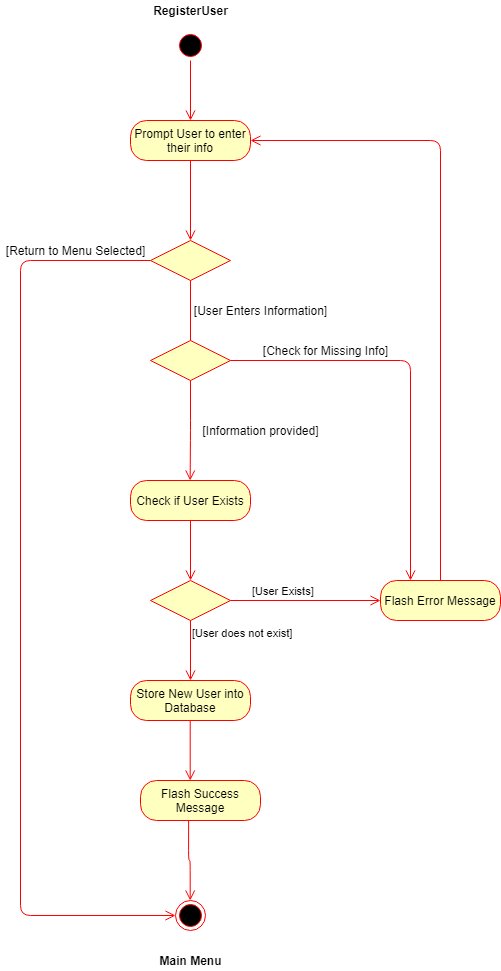
This is ActivityDiagrams/RegisterUserActivityDiagram.png from mklasby/ENSF_619_PROJECT, a draw.io export, as it was before one commit. Source tidied: cells renumbered, new cells last; positions are measured from the earlier drawing's top-left corner, leaving out a move shared by most shapes.
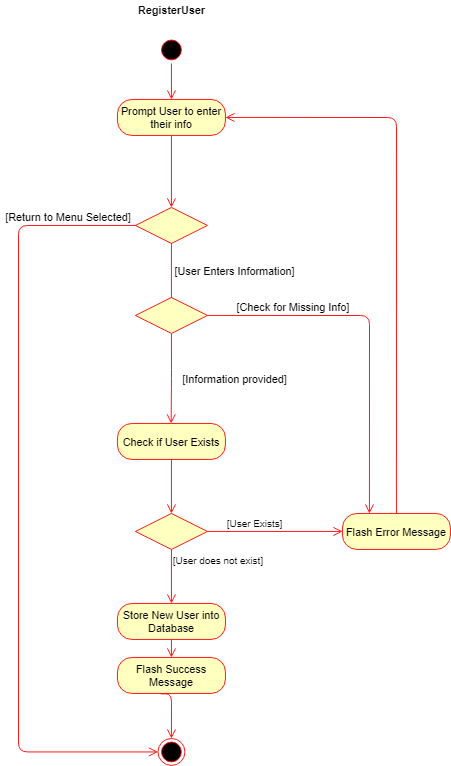
Above is the later version.

Commit message:
Readjusted Register User Activity Diagram to be smaller

The edit, as a diff of the source:
```diff
@@ -3,7 +3,7 @@
     <mxCell id="0" />
     <mxCell id="1" parent="0" />
     <mxCell id="2" style="ellipse;html=1;shape=startState;fillColor=#000000;strokeColor=#ff0000;" parent="1" vertex="1">
-      <mxGeometry x="175" y="30" width="30" height="30" as="geometry" />
+      <mxGeometry x="175" y="50" width="30" height="30" as="geometry" />
     </mxCell>
     <mxCell id="3" style="edgeStyle=orthogonalEdgeStyle;html=1;verticalAlign=bottom;endArrow=open;endSize=8;strokeColor=#ff0000;" parent="1" edge="1" source="2">
       <mxGeometry relative="1" as="geometry">
@@ -34,7 +34,7 @@
       </mxGeometry>
     </mxCell>
     <mxCell id="9" value="&lt;b&gt;RegisterUser&lt;/b&gt;" style="text;html=1;align=center;verticalAlign=middle;" parent="1" vertex="1">
-      <mxGeometry x="145" width="90" height="20" as="geometry" />
+      <mxGeometry x="145" y="10" width="90" height="20" as="geometry" />
     </mxCell>
     <mxCell id="10" style="rhombus;whiteSpace=wrap;html=1;fillColor=#ffffc0;strokeColor=#ff0000;" parent="1" vertex="1">
       <mxGeometry x="150" y="580" width="80" height="40" as="geometry" />
@@ -50,9 +50,6 @@
     <mxCell id="13" value="Store New User into Database" style="rounded=1;whiteSpace=wrap;html=1;arcSize=40;fontColor=#000000;fillColor=#ffffc0;strokeColor=#ff0000;" parent="1" vertex="1">
       <mxGeometry x="130" y="680" width="120" height="40" as="geometry" />
     </mxCell>
-    <mxCell id="14" style="ellipse;html=1;shape=endState;fillColor=#000000;strokeColor=#ff0000;" parent="1" vertex="1">
-      <mxGeometry x="175" y="900" width="30" height="30" as="geometry" />
-    </mxCell>
     <mxCell id="15" style="edgeStyle=orthogonalEdgeStyle;jettySize=auto;html=1;entryX=1;entryY=0.5;entryDx=0;entryDy=0;endArrow=open;endSize=8;strokeColor=#ff0000;align=left;exitX=0.5;exitY=0;exitDx=0;exitDy=0;" parent="1" edge="1" source="16" target="4">
       <mxGeometry relative="1" as="geometry">
         <Array as="points">
@@ -70,7 +67,7 @@
       <mxGeometry relative="1" as="geometry">
         <Array as="points">
           <mxPoint x="20" y="260" />
-          <mxPoint x="20" y="915" />
+          <mxPoint x="20" y="845" />
         </Array>
       </mxGeometry>
     </mxCell>
@@ -97,22 +94,21 @@
     <mxCell id="25" value="[Information provided]" style="text;html=1;align=center;verticalAlign=middle;" parent="1" vertex="1">
       <mxGeometry x="195" y="420" width="130" height="20" as="geometry" />
     </mxCell>
-    <mxCell id="26" style="edgeStyle=orthogonalEdgeStyle;html=1;verticalAlign=bottom;endArrow=open;endSize=8;strokeColor=#ff0000;" parent="1" edge="1">
-      <mxGeometry relative="1" as="geometry">
-        <mxPoint x="189.7" y="720" as="sourcePoint" />
-        <mxPoint x="189.7" y="780" as="targetPoint" />
-      </mxGeometry>
+    <mxCell id="26" style="edgeStyle=orthogonalEdgeStyle;html=1;verticalAlign=bottom;endArrow=open;endSize=8;strokeColor=#ff0000;entryX=0.5;entryY=0;entryDx=0;entryDy=0;exitX=0.5;exitY=1;exitDx=0;exitDy=0;" parent="1" edge="1" source="13" target="27">
+      <mxGeometry relative="1" as="geometry" />
     </mxCell>
     <mxCell id="27" value="Flash Success Message" style="rounded=1;whiteSpace=wrap;html=1;arcSize=40;fontColor=#000000;fillColor=#ffffc0;strokeColor=#ff0000;" parent="1" vertex="1">
-      <mxGeometry x="140" y="780" width="120" height="40" as="geometry" />
+      <mxGeometry x="130" y="740" width="120" height="40" as="geometry" />
     </mxCell>
-    <mxCell id="28" style="edgeStyle=orthogonalEdgeStyle;html=1;verticalAlign=bottom;endArrow=open;endSize=8;strokeColor=#ff0000;exitX=0.401;exitY=1.011;exitDx=0;exitDy=0;exitPerimeter=0;" parent="1" edge="1" source="27">
-      <mxGeometry relative="1" as="geometry">
-        <mxPoint x="189.7" y="900" as="targetPoint" />
-      </mxGeometry>
-    </mxCell>
-    <mxCell id="29" value="&lt;b&gt;Main Menu&lt;/b&gt;" style="text;html=1;align=center;verticalAlign=middle;" parent="1" vertex="1">
-      <mxGeometry x="150" y="950" width="80" height="20" as="geometry" />
-    </mxCell>
+    <mxCell id="14" style="ellipse;html=1;shape=endState;fillColor=#000000;strokeColor=#ff0000;" parent="1" vertex="1">
+      <mxGeometry x="175" y="830" width="30" height="30" as="geometry" />
+    </mxCell>
+    <mxCell id="30" style="edgeStyle=orthogonalEdgeStyle;html=1;verticalAlign=bottom;endArrow=open;endSize=8;strokeColor=#ff0000;exitX=0.401;exitY=1.011;exitDx=0;exitDy=0;exitPerimeter=0;" parent="1" edge="1" source="27" target="14">
+      <mxGeometry relative="1" as="geometry">
+        <Array as="points">
+          <mxPoint x="190" y="780" />
+        </Array>
+      </mxGeometry>
+    </mxCell>
   </root>
 </mxGraphModel>
```
